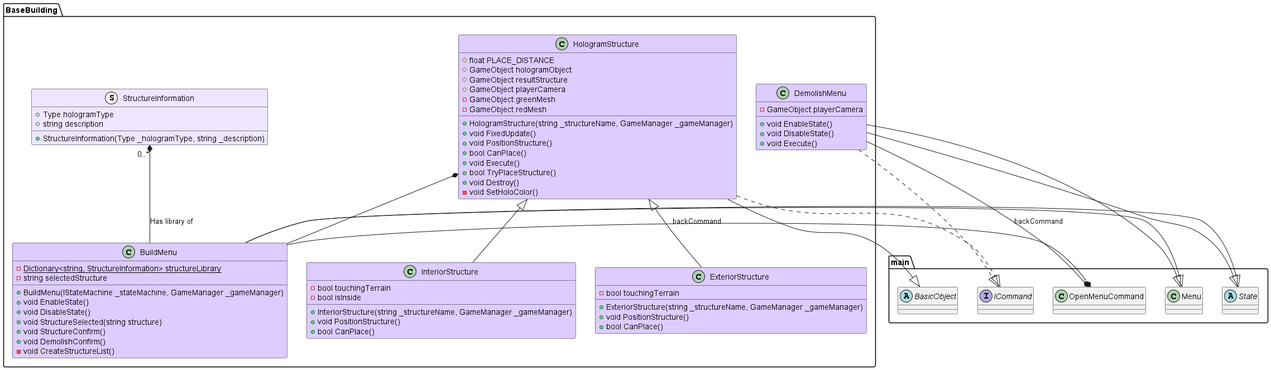
Earlier version of the PlantUML export BaseBuildingDiagram.png (ThomasUijlen/GameArchitectureHKU). The source it was exported from:
```plantuml
@startuml
package main {
abstract State
interface ICommand
class OpenMenuCommand
class Menu
abstract BasicObject
}

package BaseBuilding {
class BuildMenu #ddccff {
{static} -Dictionary<string, StructureInformation> structureLibrary
-string selectedStructure

+BuildMenu(IStateMachine _stateMachine, GameManager _gameManager)
+void EnableState()
+void DisableState()
+void StructureSelected(string structure)
+void StructureConfirm()
+void DemolishConfirm()
-void CreateStructureList()
}

BuildMenu --|> Menu
BuildMenu --* OpenMenuCommand : backCommand

class DemolishMenu #ddccff {
-GameObject playerCamera
+void EnableState()
+void DisableState()
+void Execute()
}

DemolishMenu  --|> Menu
DemolishMenu  ..|> ICommand
DemolishMenu  --* OpenMenuCommand : backCommand

struct StructureInformation #eee6ff {
+ Type hologramType
+string description
+StructureInformation(Type _hologramType, string _description)
}

class HologramStructure #ddccff {
#float PLACE_DISTANCE
#GameObject hologramObject
#GameObject resultStructure
#GameObject playerCamera
-GameObject greenMesh
-GameObject redMesh

+HologramStructure(string _structureName, GameManager _gameManager)
+void FixedUpdate()
+void PositionStructure()
+bool CanPlace()
+void Execute()
+bool TryPlaceStructure()
+void Destroy()
-void SetHoloColor()
}

HologramStructure ..|> ICommand

class ExteriorStructure #ddccff {
-bool touchingTerrain
+ExteriorStructure(string _structureName, GameManager _gameManager)
+void PositionStructure()
+bool CanPlace()
}

class InteriorStructure #ddccff {
-bool touchingTerrain
-bool isInside
+InteriorStructure(string _structureName, GameManager _gameManager)
+void PositionStructure()
+bool CanPlace()
}

BasicObject <|-- HologramStructure
HologramStructure <|-- ExteriorStructure
HologramStructure <|-- InteriorStructure

StructureInformation "0..*" *-- BuildMenu : Has library of
State <|-- BuildMenu
State <|-- DemolishMenu
HologramStructure *-- BuildMenu
}

@enduml
```
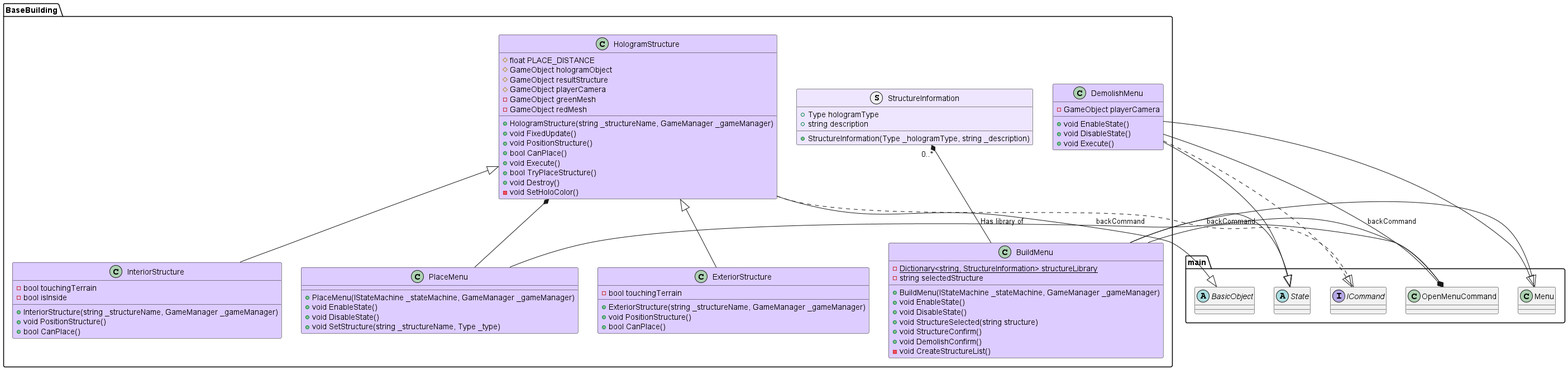
Above is the later version.

Commit message:
Base building diagram update

The edit, as a diff of the source:
```diff
@@ -30,6 +30,15 @@
 +void DisableState()
 +void Execute()
 }
+
+class PlaceMenu #ddccff {
++PlaceMenu(IStateMachine _stateMachine, GameManager _gameManager)
++void EnableState()
++void DisableState()
++void SetStructure(string _structureName, Type _type)
+}
+
+PlaceMenu  --* OpenMenuCommand : backCommand
 
 DemolishMenu  --|> Menu
 DemolishMenu  ..|> ICommand
@@ -83,7 +92,7 @@
 StructureInformation "0..*" *-- BuildMenu : Has library of
 State <|-- BuildMenu
 State <|-- DemolishMenu
-HologramStructure *-- BuildMenu
+HologramStructure *-- PlaceMenu
 }
 
 @enduml
```
